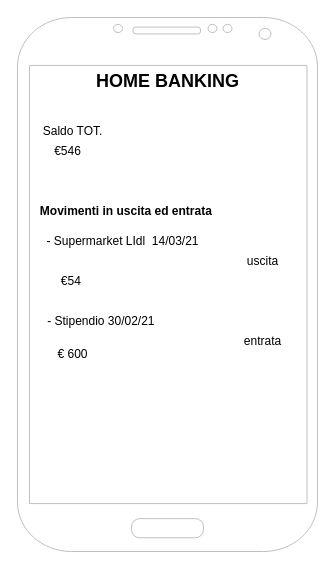
AuroraStefanin03/Homa-Banking keeps this draw.io diagram as Wireframe.drawio. Above is the earlier version. Source tidied: cells renumbered, new cells numbered last; positions are measured from the earlier drawing's top-left corner, leaving out a move shared by most shapes. Both pictures are drawn from the tidied source at 100%, with x=0, y=0 at pixel (17, 17).
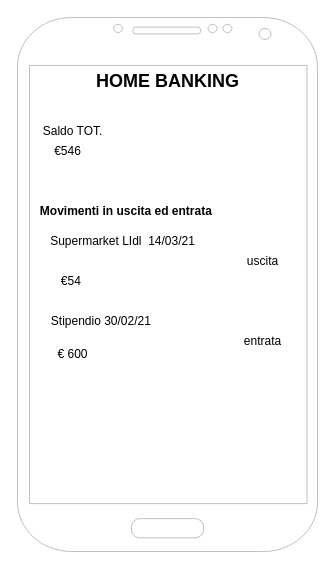
The same page after the edit.

Diff of the diagram source:
```diff
@@
 <mxGraphModel background="#ffffff">
   <root>
     <mxCell id="0" />
     <mxCell id="1" parent="0" />
     <mxCell id="2" style="verticalLabelPosition=bottom;verticalAlign=top;html=1;shadow=0;dashed=0;strokeWidth=1;shape=mxgraph.android.phone2;strokeColor=#c0c0c0;" parent="1" vertex="1">
       <mxGeometry width="300" height="534" as="geometry" />
     </mxCell>
     <mxCell id="3" value="&lt;b&gt;&lt;font style=&quot;font-size: 18px&quot;&gt;HOME BANKING&lt;/font&gt;&lt;/b&gt;" style="text;html=1;align=center;verticalAlign=middle;fillColor=none;strokeColor=none;rounded=0;" parent="1" vertex="1">
       <mxGeometry x="70" y="54" width="160" height="20" as="geometry" />
     </mxCell>
     <mxCell id="4" value="Saldo TOT." style="text;html=1;align=center;verticalAlign=middle;fillColor=none;strokeColor=none;rounded=0;" parent="1" vertex="1">
       <mxGeometry x="15" y="104" width="80" height="20" as="geometry" />
     </mxCell>
     <mxCell id="5" value="€546" style="text;html=1;align=center;verticalAlign=middle;fillColor=none;strokeColor=none;rounded=0;" parent="1" vertex="1">
       <mxGeometry x="30" y="124" width="40" height="20" as="geometry" />
     </mxCell>
     <mxCell id="6" value="&lt;b&gt;Movimenti in uscita ed entrata&amp;nbsp;&lt;/b&gt;" style="text;html=1;align=center;verticalAlign=middle;fillColor=none;strokeColor=none;rounded=0;" parent="1" vertex="1">
       <mxGeometry x="15" y="184" width="190" height="20" as="geometry" />
     </mxCell>
-    <mxCell id="7" value="- Supermarket LIdl&amp;nbsp; 14/03/21&amp;nbsp; &amp;nbsp;" style="text;html=1;align=center;verticalAlign=middle;fillColor=none;strokeColor=none;rounded=0;" parent="1" vertex="1">
-      <mxGeometry x="20" y="214" width="180" height="20" as="geometry" />
+    <mxCell id="7" value="Supermarket LIdl&amp;nbsp; 14/03/21&amp;nbsp; &amp;nbsp;" style="text;html=1;align=center;verticalAlign=middle;fillColor=none;strokeColor=none;rounded=0;" parent="1" vertex="1">
+      <mxGeometry x="25" y="214" width="170" height="20" as="geometry" />
     </mxCell>
     <mxCell id="8" value="uscita" style="text;html=1;align=center;verticalAlign=middle;fillColor=none;strokeColor=none;rounded=0;" parent="1" vertex="1">
       <mxGeometry x="220" y="234" width="50" height="20" as="geometry" />
     </mxCell>
-    <mxCell id="9" value="- Stipendio 30/02/21&amp;nbsp; &amp;nbsp;&amp;nbsp;" style="text;html=1;align=center;verticalAlign=middle;fillColor=none;strokeColor=none;rounded=0;" parent="1" vertex="1">
-      <mxGeometry x="20" y="294" width="140" height="20" as="geometry" />
+    <mxCell id="9" value="Stipendio 30/02/21&amp;nbsp; &amp;nbsp;&amp;nbsp;" style="text;html=1;align=center;verticalAlign=middle;fillColor=none;strokeColor=none;rounded=0;" parent="1" vertex="1">
+      <mxGeometry x="25" y="294" width="130" height="20" as="geometry" />
     </mxCell>
     <mxCell id="10" value="entrata" style="text;html=1;align=center;verticalAlign=middle;fillColor=none;strokeColor=none;rounded=0;" parent="1" vertex="1">
       <mxGeometry x="220" y="314" width="50" height="20" as="geometry" />
     </mxCell>
     <mxCell id="11" value="€54&amp;nbsp;" style="text;html=1;align=center;verticalAlign=middle;fillColor=none;strokeColor=none;rounded=0;" parent="1" vertex="1">
       <mxGeometry x="35" y="254" width="40" height="20" as="geometry" />
     </mxCell>
     <mxCell id="12" value="€ 600" style="text;html=1;align=center;verticalAlign=middle;fillColor=none;strokeColor=none;rounded=0;" parent="1" vertex="1">
       <mxGeometry x="30" y="327" width="50" height="20" as="geometry" />
     </mxCell>
   </root>
 </mxGraphModel>
```
